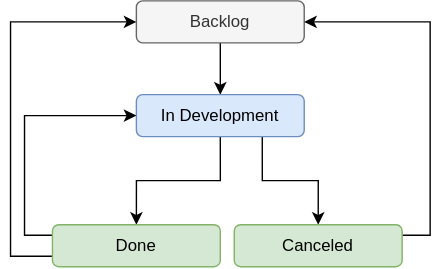
This is workflows/workflow-retro.drawio.svg from ksb-digital/.github, a draw.io export, as it was before one commit. Source tidied: cells renumbered, new cells last; positions are measured from the earlier drawing's top-left corner, leaving out a move shared by most shapes.
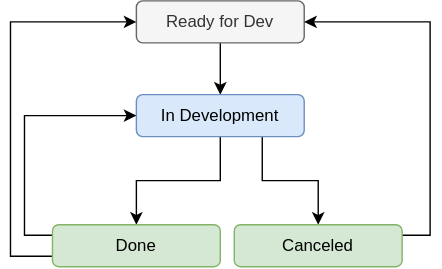
Above is the later version.

Commit message:
docs: remove backlog stage

What changed in the source:
```diff
@@ -5,7 +5,7 @@
     <mxCell id="2" style="edgeStyle=orthogonalEdgeStyle;rounded=0;jettySize=auto;html=1;exitX=0.5;exitY=1;exitDx=0;exitDy=0;entryX=0.5;entryY=0;entryDx=0;entryDy=0;" parent="1" edge="1" source="3" target="6">
       <mxGeometry relative="1" as="geometry" />
     </mxCell>
-    <mxCell id="3" value="Backlog" style="rounded=1;whiteSpace=wrap;html=1;fillColor=#f5f5f5;fontColor=#333333;strokeColor=#666666;" parent="1" vertex="1">
+    <mxCell id="3" value="Ready for Dev" style="rounded=1;whiteSpace=wrap;html=1;fillColor=#f5f5f5;fontColor=#333333;strokeColor=#666666;" parent="1" vertex="1">
       <mxGeometry x="90" width="120" height="30" as="geometry" />
     </mxCell>
     <mxCell id="4" style="edgeStyle=orthogonalEdgeStyle;rounded=0;jettySize=auto;html=1;exitX=0.75;exitY=1;exitDx=0;exitDy=0;entryX=0.5;entryY=0;entryDx=0;entryDy=0;" parent="1" edge="1" source="6" target="11">
```
